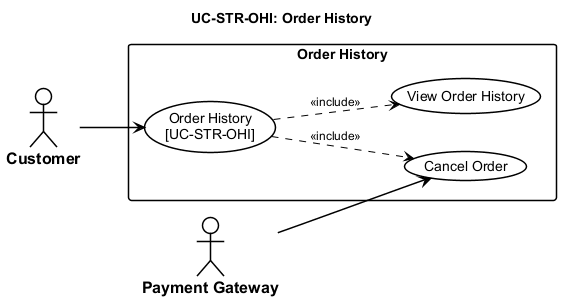
Above: thesis/figures/chapters/part2/ch2-design/02-use-cases/diagrams/P2S2.2.2_usecase-order-history.png in qingfa-dev/ReSys.Shop (PlantUML), before the change.
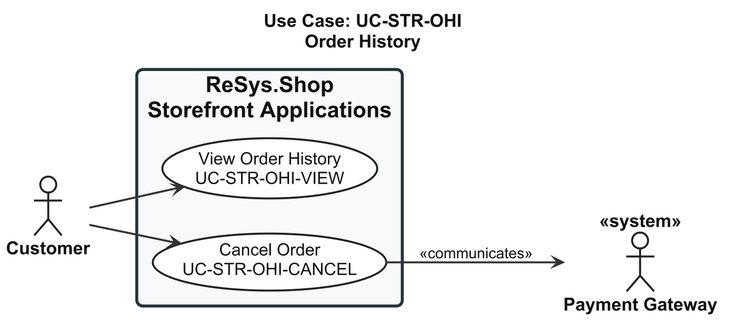
Later version of the same file.

What changed in the source:
```diff
@@ -1,53 +1,77 @@
 @startuml usecase-order-history
+
 left to right direction
 
+skinparam shadowing false
+skinparam dpi 180
+
 <style>
-  root {
-    FontName "Arial"
-    FontSize 14
-    Shadowing 0
-  }
-  actor {
-    BackGroundColor #FFFFFF
-    LineColor #000000
-    LineThickness 1.5
-    FontColor #000000
-    FontStyle bold
-    FontSize 16
-  }
-  usecase {
-    BackGroundColor #FFFFFF
-    LineColor #000000
-    LineThickness 1.5
-    FontColor #000000
-  }
-  rectangle {
-    BackGroundColor #FFFFFF
-    LineColor #000000
-    LineThickness 1.5
-    FontStyle bold
-  }
-  arrow {
-    LineColor #000000
-    LineThickness 1.5
-    FontSize 12
-  }
-</style>
-title UC-STR-OHI: Order History
 
-actor "Customer" as Cust
-actor "Payment Gateway" as GW
-
-rectangle "Order History" {
-  usecase "Order History\n[UC-STR-OHI]" as UC_MAIN
-  usecase "View Order History" as UC_VIEW
-  usecase "Cancel Order" as UC_CANCEL
-
-  UC_MAIN ..> UC_VIEW : <<include>>
-  UC_MAIN ..> UC_CANCEL : <<include>>
+root {
+  FontName "Arial"
+  FontSize 18
+  FontColor #111111
 }
 
-Cust --> UC_MAIN
-GW --> UC_CANCEL
+actor {
+  FontName "Arial"
+  FontSize 18
+  FontStyle bold
+  FontColor #111111
+  BackgroundColor #FFFFFF
+  LineColor #222222
+  LineThickness 2
+}
+
+usecase {
+  FontName "Arial"
+  FontSize 17
+  FontColor #111111
+  FontStyle plain
+  BackgroundColor #FFFFFF
+  LineColor #222222
+  LineThickness 2
+  Padding 18
+}
+
+rectangle {
+  FontName "Arial"
+  FontSize 22
+  FontStyle bold
+  FontColor #111111
+  BackgroundColor #F7F9FA
+  LineColor #263238
+  LineThickness 3
+  RoundCorner 12
+  Padding 30
+}
+
+arrow {
+  FontName "Arial"
+  FontSize 15
+  FontColor #111111
+  LineColor #333333
+  LineThickness 2
+}
+
+</style>
+
+title Use Case: UC-STR-OHI\nOrder History
+
+actor "Customer" as Customer
+actor "Payment Gateway" as Gateway <<system>>
+
+rectangle "ReSys.Shop\nStorefront Applications" {
+
+  usecase "View Order History\nUC-STR-OHI-VIEW" as UC_VIEW
+
+  usecase "Cancel Order\nUC-STR-OHI-CANCEL" as UC_CANCEL
+
+}
+
+Customer --> UC_VIEW
+Customer --> UC_CANCEL
+
+UC_CANCEL --> Gateway : <<communicates>>
 
 @enduml
```
